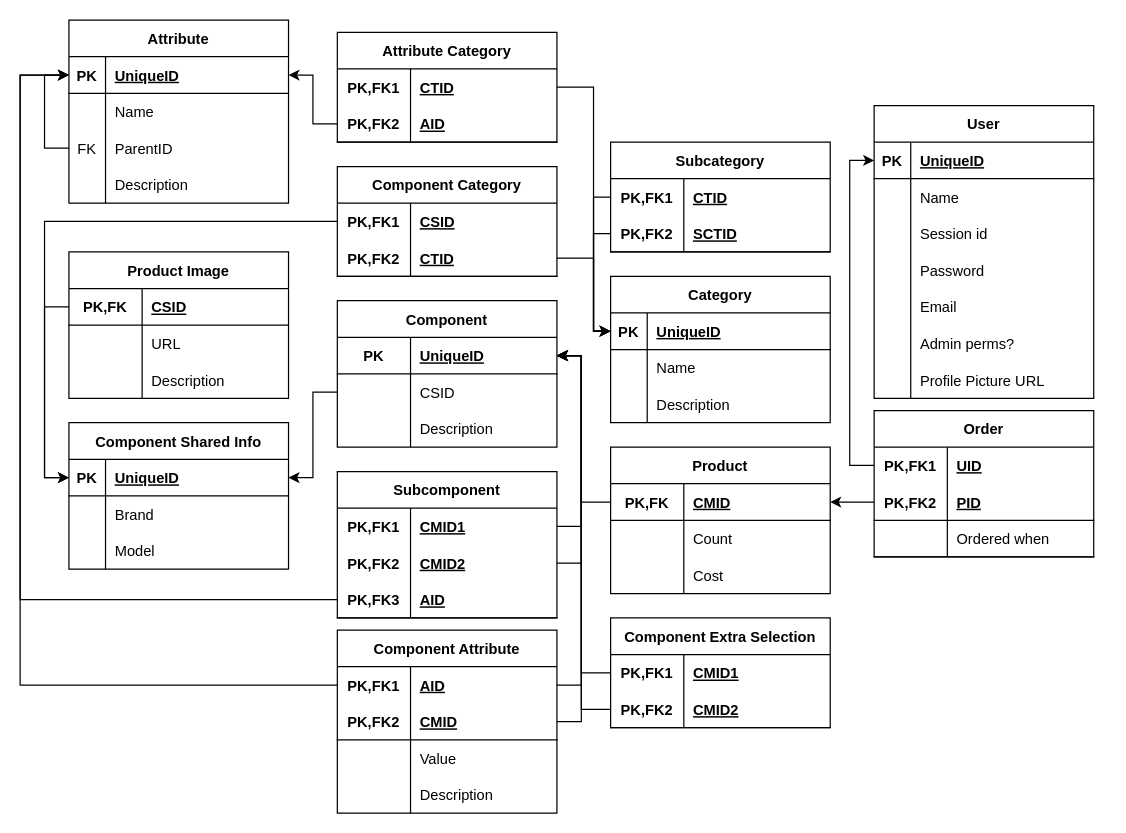
Before: backend/Database Model.drawio in AirisRX/IOtech.lt, a draw.io diagram. Source tidied: cells renumbered, new cells numbered last; positions are measured from the earlier drawing's top-left corner, leaving out a move shared by most shapes. Both pictures are drawn from the tidied source at 122%, with x=0, y=0 at pixel (20, 20).
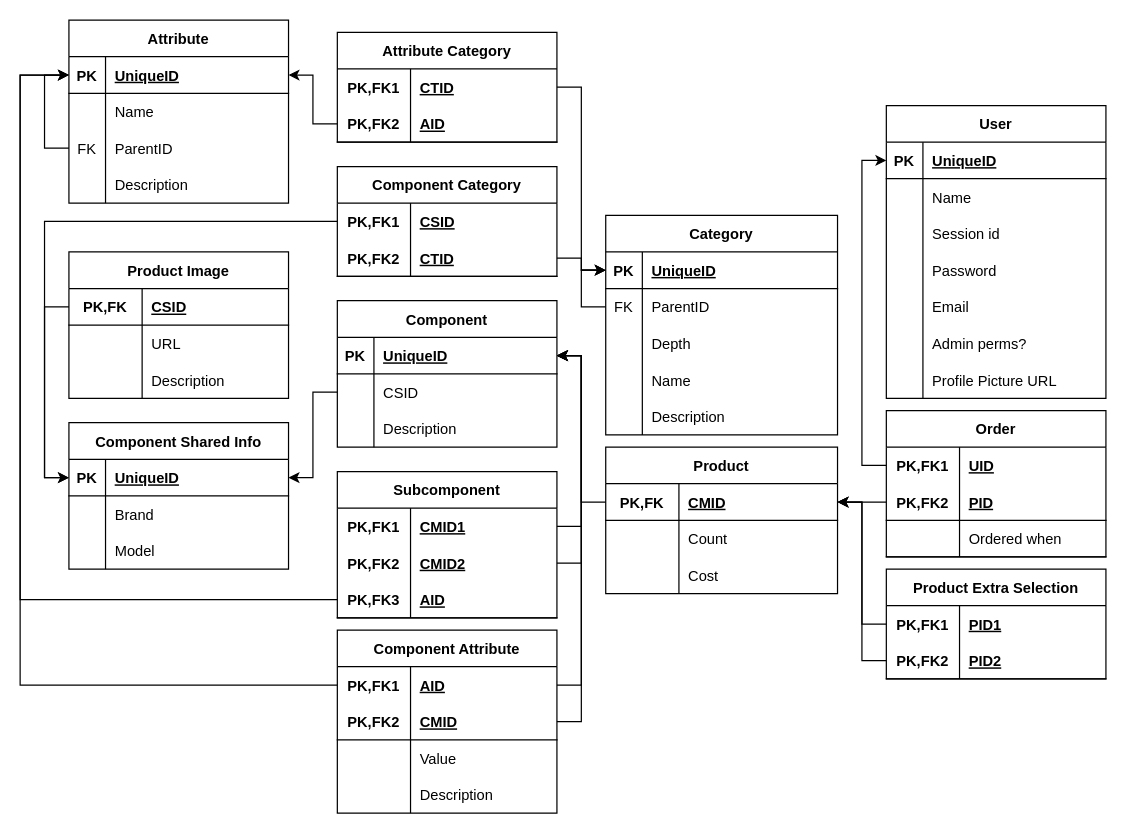
After the change.

Commit message (it also covers changes not shown here):
Pakeista duomenų bazės modelio schema

Unchanged cells that the change refers to:
```xml
<mxCell id="64" style="shape=partialRectangle;fillColor=none;top=0;left=0;bottom=0;right=0;points=[[0,0.5],[1,0.5]];portConstraint=eastwest;" parent="63" vertex="1">
  <mxGeometry y="30" width="180" height="30" as="geometry" />
</mxCell>
<mxCell id="113" style="shape=partialRectangle;fillColor=none;top=0;left=0;bottom=1;right=0;points=[[0,0.5],[1,0.5]];portConstraint=eastwest;" parent="109" vertex="1">
  <mxGeometry y="60" width="180" height="30" as="geometry" />
</mxCell>
<mxCell id="117" style="shape=partialRectangle;fillColor=none;top=0;left=0;bottom=1;right=0;points=[[0,0.5],[1,0.5]];portConstraint=eastwest;" parent="116" vertex="1">
  <mxGeometry y="30" width="180" height="30" as="geometry" />
</mxCell>
<mxCell id="120" style="shape=partialRectangle;fillColor=none;top=0;left=0;bottom=0;right=0;points=[[0,0.5],[1,0.5]];portConstraint=eastwest;" parent="116" vertex="1">
  <mxGeometry y="60" width="180" height="30" as="geometry" />
</mxCell>
<mxCell id="123" style="shape=partialRectangle;fillColor=none;top=0;left=0;bottom=0;right=0;" parent="116" vertex="1">
  <mxGeometry y="90" width="180" height="30" as="geometry" />
</mxCell>
<mxCell id="127" style="shape=partialRectangle;fillColor=none;top=0;left=0;bottom=0;right=0;points=[[0,0.5],[1,0.5]];portConstraint=eastwest;" parent="126" vertex="1">
  <mxGeometry y="30" width="180" height="30" as="geometry" />
</mxCell>
<mxCell id="130" style="shape=partialRectangle;fillColor=none;top=0;left=0;bottom=1;right=0;points=[[0,0.5],[1,0.5]];portConstraint=eastwest;" parent="126" vertex="1">
  <mxGeometry y="60" width="180" height="30" as="geometry" />
</mxCell>
```

Diff of the diagram source:
```diff
@@
     <mxCell id="2" value="User" style="shape=table;startSize=30;childLayout=tableLayout;rowLines=0;fontStyle=1;align=center;html=0;" parent="1" vertex="1">
-      <mxGeometry x="700" y="70" width="180" height="240" as="geometry" />
+      <mxGeometry x="710" y="70" width="180" height="240" as="geometry" />
     </mxCell>
@@
     <mxCell id="24" value="Category" style="shape=table;startSize=30;childLayout=tableLayout;rowLines=0;fontStyle=1;align=center;" parent="1" vertex="1">
-      <mxGeometry x="484" y="210" width="180" height="120" as="geometry" />
+      <mxGeometry x="480" y="160" width="190" height="180" as="geometry" />
     </mxCell>
     <mxCell id="25" style="shape=partialRectangle;fillColor=none;top=0;left=0;bottom=1;right=0;points=[[0,0.5],[1,0.5]];portConstraint=eastwest;" parent="24" vertex="1">
-      <mxGeometry y="30" width="180" height="30" as="geometry" />
+      <mxGeometry y="30" width="190" height="30" as="geometry" />
     </mxCell>
@@
     <mxCell id="27" value="UniqueID" style="shape=partialRectangle;fillColor=none;top=0;left=0;bottom=0;right=0;align=left;spacingLeft=6;fontStyle=5;overflow=hidden;" parent="25" vertex="1">
-      <mxGeometry x="30" width="150" height="30" as="geometry" />
+      <mxGeometry x="30" width="160" height="30" as="geometry" />
     </mxCell>
@@
+    <mxCell id="175" style="edgeStyle=orthogonalEdgeStyle;rounded=0;jettySize=auto;html=1;" parent="24" edge="1" source="176" target="25">
+      <mxGeometry relative="1" as="geometry" />
+    </mxCell>
+    <mxCell id="176" style="shape=partialRectangle;fillColor=none;top=0;left=0;bottom=0;right=0;points=[[0,0.5],[1,0.5]];portConstraint=eastwest;" parent="24" vertex="1">
+      <mxGeometry y="60" width="190" height="30" as="geometry" />
+    </mxCell>
+    <mxCell id="177" value="FK" style="shape=partialRectangle;fillColor=none;top=0;left=0;bottom=0;right=0;overflow=hidden;" parent="176" vertex="1">
+      <mxGeometry width="30" height="30" as="geometry" />
+    </mxCell>
+    <mxCell id="178" value="ParentID" style="shape=partialRectangle;fillColor=none;top=0;left=0;bottom=0;right=0;align=left;spacingLeft=6;overflow=hidden;" parent="176" vertex="1">
+      <mxGeometry x="30" width="160" height="30" as="geometry" />
+    </mxCell>
+    <mxCell id="179" style="shape=partialRectangle;fillColor=none;top=0;left=0;bottom=0;right=0;" parent="24" vertex="1">
+      <mxGeometry y="90" width="190" height="30" as="geometry" />
+    </mxCell>
+    <mxCell id="180" style="shape=partialRectangle;fillColor=none;top=0;left=0;bottom=0;right=0;overflow=hidden;" parent="179" vertex="1">
+      <mxGeometry width="30" height="30" as="geometry" />
+    </mxCell>
+    <mxCell id="181" value="Depth" style="shape=partialRectangle;fillColor=none;top=0;left=0;bottom=0;right=0;align=left;spacingLeft=6;overflow=hidden;" parent="179" vertex="1">
+      <mxGeometry x="30" width="160" height="30" as="geometry" />
+    </mxCell>
     <mxCell id="29" style="shape=partialRectangle;fillColor=none;top=0;left=0;bottom=0;right=0;" parent="24" vertex="1">
-      <mxGeometry y="60" width="180" height="30" as="geometry" />
+      <mxGeometry y="120" width="190" height="30" as="geometry" />
     </mxCell>
@@
     <mxCell id="31" value="Name" style="shape=partialRectangle;fillColor=none;top=0;left=0;bottom=0;right=0;align=left;spacingLeft=6;overflow=hidden;" parent="29" vertex="1">
-      <mxGeometry x="30" width="150" height="30" as="geometry" />
+      <mxGeometry x="30" width="160" height="30" as="geometry" />
     </mxCell>
     <mxCell id="32" style="shape=partialRectangle;fillColor=none;top=0;left=0;bottom=0;right=0;" parent="24" vertex="1">
-      <mxGeometry y="90" width="180" height="30" as="geometry" />
+      <mxGeometry y="150" width="190" height="30" as="geometry" />
     </mxCell>
@@
     <mxCell id="34" value="Description" style="shape=partialRectangle;fillColor=none;top=0;left=0;bottom=0;right=0;align=left;spacingLeft=6;overflow=hidden;" parent="32" vertex="1">
-      <mxGeometry x="30" width="150" height="30" as="geometry" />
+      <mxGeometry x="30" width="160" height="30" as="geometry" />
     </mxCell>
     <mxCell id="35" value="Order" style="shape=table;startSize=30;childLayout=tableLayout;rowLines=0;fontStyle=1;align=center;" parent="1" vertex="1">
-      <mxGeometry x="700" y="320" width="180" height="120" as="geometry" />
+      <mxGeometry x="710" y="320" width="180" height="120" as="geometry" />
     </mxCell>
@@
-    <mxCell id="56" value="Subcategory" style="shape=table;startSize=30;childLayout=tableLayout;rowLines=0;fontStyle=1;align=center;" parent="1" vertex="1">
-      <mxGeometry x="484" y="100" width="180" height="90" as="geometry" />
-    </mxCell>
-    <mxCell id="57" style="shape=partialRectangle;fillColor=none;top=0;left=0;bottom=0;right=0;points=[[0,0.5],[1,0.5]];portConstraint=eastwest;" parent="56" vertex="1">
-      <mxGeometry y="30" width="180" height="30" as="geometry" />
-    </mxCell>
-    <mxCell id="58" value="PK,FK1" style="shape=partialRectangle;fillColor=none;top=0;left=0;bottom=0;right=0;fontStyle=1;overflow=hidden;" parent="57" vertex="1">
-      <mxGeometry width="60" height="30" as="geometry" />
-    </mxCell>
-    <mxCell id="59" value="CTID" style="shape=partialRectangle;fillColor=none;top=0;left=0;bottom=0;right=0;align=left;spacingLeft=6;fontStyle=5;overflow=hidden;" parent="57" vertex="1">
-      <mxGeometry x="60" width="120" height="30" as="geometry" />
-    </mxCell>
-    <mxCell id="60" style="shape=partialRectangle;fillColor=none;top=0;left=0;bottom=1;right=0;points=[[0,0.5],[1,0.5]];portConstraint=eastwest;" parent="56" vertex="1">
-      <mxGeometry y="60" width="180" height="30" as="geometry" />
-    </mxCell>
-    <mxCell id="61" value="PK,FK2" style="shape=partialRectangle;fillColor=none;top=0;left=0;bottom=0;right=0;fontStyle=1;overflow=hidden;" parent="60" vertex="1">
-      <mxGeometry width="60" height="30" as="geometry" />
-    </mxCell>
-    <mxCell id="62" value="SCTID" style="shape=partialRectangle;fillColor=none;top=0;left=0;bottom=0;right=0;align=left;spacingLeft=6;fontStyle=5;overflow=hidden;" parent="60" vertex="1">
-      <mxGeometry x="60" width="120" height="30" as="geometry" />
-    </mxCell>
@@
-    <mxCell id="84" style="edgeStyle=orthogonalEdgeStyle;rounded=0;jettySize=auto;html=1;entryX=0;entryY=0.5;entryDx=0;entryDy=0;" parent="1" edge="1" source="64" target="25">
-      <mxGeometry relative="1" as="geometry">
-        <Array as="points">
-          <mxPoint x="470" y="55" />
-          <mxPoint x="470" y="255" />
-        </Array>
-      </mxGeometry>
-    </mxCell>
@@
     <mxCell id="118" value="PK" style="shape=partialRectangle;fillColor=none;top=0;left=0;bottom=0;right=0;fontStyle=1;overflow=hidden;" parent="117" vertex="1">
-      <mxGeometry width="60" height="30" as="geometry" />
+      <mxGeometry width="30" height="30" as="geometry" />
     </mxCell>
     <mxCell id="119" value="UniqueID" style="shape=partialRectangle;fillColor=none;top=0;left=0;bottom=0;right=0;align=left;spacingLeft=6;fontStyle=5;overflow=hidden;" parent="117" vertex="1">
-      <mxGeometry x="60" width="120" height="30" as="geometry" />
+      <mxGeometry x="30" width="150" height="30" as="geometry" />
     </mxCell>
@@
     <mxCell id="121" style="shape=partialRectangle;fillColor=none;top=0;left=0;bottom=0;right=0;overflow=hidden;" parent="120" vertex="1">
-      <mxGeometry width="60" height="30" as="geometry" />
+      <mxGeometry width="30" height="30" as="geometry" />
     </mxCell>
     <mxCell id="122" value="CSID" style="shape=partialRectangle;fillColor=none;top=0;left=0;bottom=0;right=0;align=left;spacingLeft=6;overflow=hidden;" parent="120" vertex="1">
-      <mxGeometry x="60" width="120" height="30" as="geometry" />
+      <mxGeometry x="30" width="150" height="30" as="geometry" />
     </mxCell>
@@
     <mxCell id="124" style="shape=partialRectangle;fillColor=none;top=0;left=0;bottom=0;right=0;overflow=hidden;" parent="123" vertex="1">
-      <mxGeometry width="60" height="30" as="geometry" />
+      <mxGeometry width="30" height="30" as="geometry" />
     </mxCell>
     <mxCell id="125" value="Description" style="shape=partialRectangle;fillColor=none;top=0;left=0;bottom=0;right=0;align=left;spacingLeft=6;overflow=hidden;" parent="123" vertex="1">
-      <mxGeometry x="60" width="120" height="30" as="geometry" />
+      <mxGeometry x="30" width="150" height="30" as="geometry" />
     </mxCell>
-    <mxCell id="126" value="Component Extra Selection" style="shape=table;startSize=30;childLayout=tableLayout;rowLines=0;fontStyle=1;align=center;" parent="1" vertex="1">
-      <mxGeometry x="484" y="490" width="180" height="90" as="geometry" />
+    <mxCell id="126" value="Product Extra Selection" style="shape=table;startSize=30;childLayout=tableLayout;rowLines=0;fontStyle=1;align=center;" parent="1" vertex="1">
+      <mxGeometry x="710" y="450" width="180" height="90" as="geometry" />
     </mxCell>
@@
-    <mxCell id="129" value="CMID1" style="shape=partialRectangle;fillColor=none;top=0;left=0;bottom=0;right=0;align=left;spacingLeft=6;fontStyle=5;overflow=hidden;" parent="127" vertex="1">
+    <mxCell id="129" value="PID1" style="shape=partialRectangle;fillColor=none;top=0;left=0;bottom=0;right=0;align=left;spacingLeft=6;fontStyle=5;overflow=hidden;" parent="127" vertex="1">
       <mxGeometry x="60" width="120" height="30" as="geometry" />
     </mxCell>
@@
-    <mxCell id="132" value="CMID2" style="shape=partialRectangle;fillColor=none;top=0;left=0;bottom=0;right=0;align=left;spacingLeft=6;fontStyle=5;overflow=hidden;" parent="130" vertex="1">
+    <mxCell id="132" value="PID2" style="shape=partialRectangle;fillColor=none;top=0;left=0;bottom=0;right=0;align=left;spacingLeft=6;fontStyle=5;overflow=hidden;" parent="130" vertex="1">
       <mxGeometry x="60" width="120" height="30" as="geometry" />
     </mxCell>
@@
-    <mxCell id="145" style="edgeStyle=orthogonalEdgeStyle;rounded=0;jettySize=auto;html=1;entryX=0;entryY=0.5;entryDx=0;entryDy=0;" parent="1" edge="1" source="113" target="25">
-      <mxGeometry relative="1" as="geometry">
-        <Array as="points">
-          <mxPoint x="470" y="195" />
-          <mxPoint x="470" y="255" />
-        </Array>
-      </mxGeometry>
-    </mxCell>
@@
     <mxCell id="156" value="Product" style="shape=table;startSize=30;childLayout=tableLayout;rowLines=0;fontStyle=1;align=center;" parent="1" vertex="1">
-      <mxGeometry x="484" y="350" width="180" height="120" as="geometry" />
+      <mxGeometry x="480" y="350" width="190" height="120" as="geometry" />
     </mxCell>
     <mxCell id="157" style="shape=partialRectangle;fillColor=none;top=0;left=0;bottom=1;right=0;points=[[0,0.5],[1,0.5]];portConstraint=eastwest;" parent="156" vertex="1">
-      <mxGeometry y="30" width="180" height="30" as="geometry" />
+      <mxGeometry y="30" width="190" height="30" as="geometry" />
     </mxCell>
@@
     <mxCell id="159" value="CMID" style="shape=partialRectangle;fillColor=none;top=0;left=0;bottom=0;right=0;align=left;spacingLeft=6;fontStyle=5;overflow=hidden;" parent="157" vertex="1">
-      <mxGeometry x="60" width="120" height="30" as="geometry" />
+      <mxGeometry x="60" width="130" height="30" as="geometry" />
     </mxCell>
     <mxCell id="160" style="shape=partialRectangle;fillColor=none;top=0;left=0;bottom=0;right=0;" parent="156" vertex="1">
-      <mxGeometry y="60" width="180" height="30" as="geometry" />
+      <mxGeometry y="60" width="190" height="30" as="geometry" />
     </mxCell>
@@
     <mxCell id="162" value="Count" style="shape=partialRectangle;fillColor=none;top=0;left=0;bottom=0;right=0;align=left;spacingLeft=6;overflow=hidden;" parent="160" vertex="1">
-      <mxGeometry x="60" width="120" height="30" as="geometry" />
+      <mxGeometry x="60" width="130" height="30" as="geometry" />
     </mxCell>
     <mxCell id="163" style="shape=partialRectangle;fillColor=none;top=0;left=0;bottom=0;right=0;" parent="156" vertex="1">
-      <mxGeometry y="90" width="180" height="30" as="geometry" />
+      <mxGeometry y="90" width="190" height="30" as="geometry" />
     </mxCell>
@@
     <mxCell id="165" value="Cost" style="shape=partialRectangle;fillColor=none;top=0;left=0;bottom=0;right=0;align=left;spacingLeft=6;overflow=hidden;" parent="163" vertex="1">
-      <mxGeometry x="60" width="120" height="30" as="geometry" />
+      <mxGeometry x="60" width="130" height="30" as="geometry" />
     </mxCell>
@@
-    <mxCell id="168" style="edgeStyle=orthogonalEdgeStyle;rounded=0;jettySize=auto;html=1;entryX=0;entryY=0.5;entryDx=0;entryDy=0;" parent="1" edge="1" source="60" target="25">
-      <mxGeometry relative="1" as="geometry">
-        <Array as="points">
-          <mxPoint x="470" y="175" />
-          <mxPoint x="470" y="255" />
-        </Array>
-      </mxGeometry>
-    </mxCell>
-    <mxCell id="169" style="edgeStyle=orthogonalEdgeStyle;rounded=0;jettySize=auto;html=1;entryX=0;entryY=0.5;entryDx=0;entryDy=0;" parent="1" edge="1" source="57" target="25">
-      <mxGeometry relative="1" as="geometry">
-        <Array as="points">
-          <mxPoint x="470" y="145" />
-          <mxPoint x="470" y="255" />
-        </Array>
-      </mxGeometry>
-    </mxCell>
@@
-    <mxCell id="172" style="edgeStyle=orthogonalEdgeStyle;rounded=0;jettySize=auto;html=1;entryX=1;entryY=0.5;entryDx=0;entryDy=0;" parent="1" edge="1" source="127" target="117">
-      <mxGeometry relative="1" as="geometry">
-        <Array as="points">
-          <mxPoint x="460" y="535" />
-          <mxPoint x="460" y="275" />
-        </Array>
-      </mxGeometry>
-    </mxCell>
-    <mxCell id="173" style="edgeStyle=orthogonalEdgeStyle;rounded=0;jettySize=auto;html=1;entryX=1;entryY=0.5;entryDx=0;entryDy=0;" parent="1" edge="1" source="130" target="117">
-      <mxGeometry relative="1" as="geometry">
-        <Array as="points">
-          <mxPoint x="460" y="565" />
-          <mxPoint x="460" y="275" />
-        </Array>
-      </mxGeometry>
-    </mxCell>
+    <mxCell id="182" style="edgeStyle=orthogonalEdgeStyle;rounded=0;jettySize=auto;html=1;entryX=1;entryY=0.5;entryDx=0;entryDy=0;" parent="1" edge="1" source="127" target="157">
+      <mxGeometry relative="1" as="geometry" />
+    </mxCell>
+    <mxCell id="183" style="edgeStyle=orthogonalEdgeStyle;rounded=0;jettySize=auto;html=1;entryX=1;entryY=0.5;entryDx=0;entryDy=0;" parent="1" edge="1" source="130" target="157">
+      <mxGeometry relative="1" as="geometry" />
+    </mxCell>
@@
+    <mxCell id="145" style="edgeStyle=orthogonalEdgeStyle;rounded=0;jettySize=auto;html=1;" parent="1" edge="1" source="113" target="25">
+      <mxGeometry relative="1" as="geometry" />
+    </mxCell>
+    <mxCell id="84" style="edgeStyle=orthogonalEdgeStyle;rounded=0;jettySize=auto;html=1;" parent="1" edge="1" source="64" target="25">
+      <mxGeometry relative="1" as="geometry" />
+    </mxCell>
```
